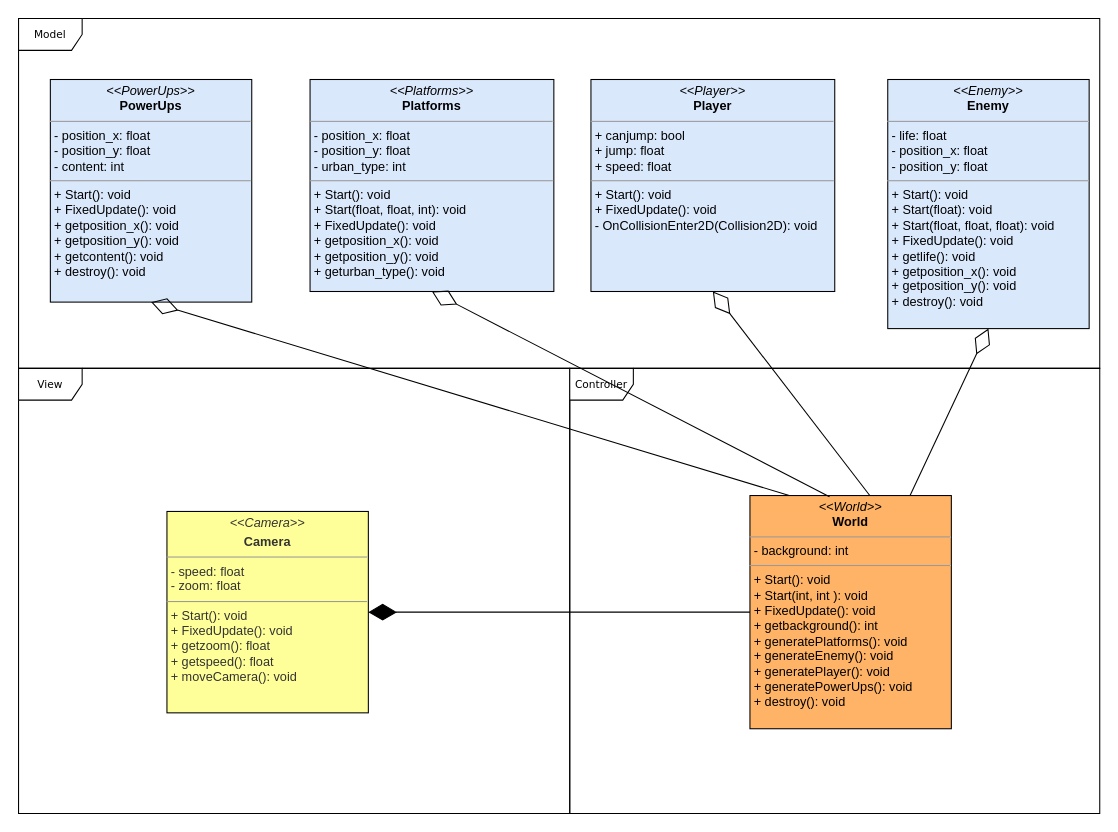
The draw.io diagram documentation/Class diagrams/class_diagram_MVC_rdy.drawio in GabrielBalzer/hypercasualgame, before the edit. Source tidied: cells renumbered, new cells numbered last; positions are measured from the earlier drawing's top-left corner, leaving out a move shared by most shapes. Both pictures are drawn from the tidied source at 106%, with x=0, y=0 at pixel (18, 18).
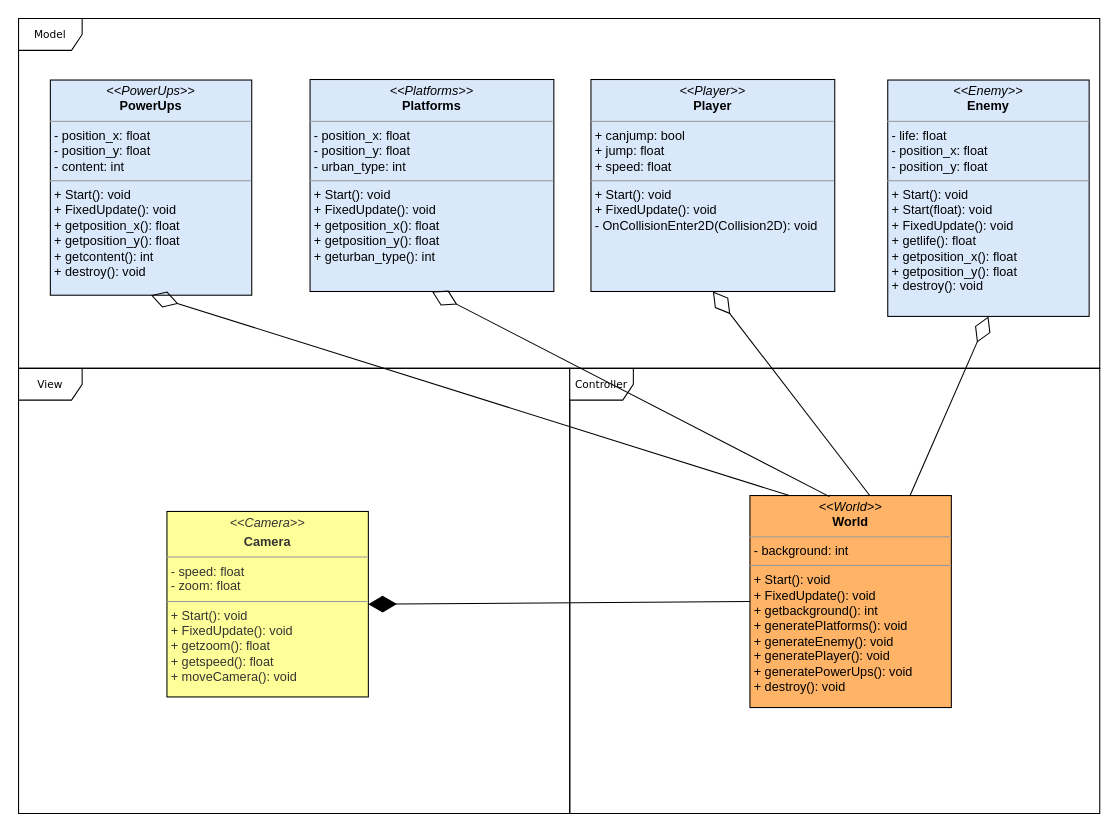
The same page after the edit.

Diff of the diagram source:
```diff
@@
 <mxGraphModel background="#ffffff">
   <root>
     <mxCell id="0" />
     <mxCell id="1" parent="0" />
     <mxCell id="2" value="Model" style="shape=umlFrame;whiteSpace=wrap;html=1;rounded=0;shadow=0;comic=0;labelBackgroundColor=none;strokeWidth=1;fontFamily=Verdana;fontSize=10;align=center;" parent="1" vertex="1">
       <mxGeometry width="1020" height="330" as="geometry" />
     </mxCell>
     <mxCell id="3" value="View" style="shape=umlFrame;whiteSpace=wrap;html=1;rounded=0;shadow=0;comic=0;labelBackgroundColor=none;strokeWidth=1;fontFamily=Verdana;fontSize=10;align=center;" parent="1" vertex="1">
       <mxGeometry y="330" width="520" height="420" as="geometry" />
     </mxCell>
     <mxCell id="4" value="Controller" style="shape=umlFrame;whiteSpace=wrap;html=1;rounded=0;shadow=0;comic=0;labelBackgroundColor=none;strokeWidth=1;fontFamily=Verdana;fontSize=10;align=center;" parent="1" vertex="1">
       <mxGeometry x="520" y="330" width="500" height="420" as="geometry" />
     </mxCell>
     <mxCell id="5" value="&lt;p style=&quot;margin: 0px ; margin-top: 4px ; text-align: center&quot;&gt;&lt;i&gt;&amp;lt;&amp;lt;Player&amp;gt;&amp;gt;&lt;/i&gt;&lt;br&gt;&lt;b&gt;Player&lt;/b&gt;&lt;/p&gt;&lt;hr size=&quot;1&quot;&gt;&lt;p style=&quot;margin: 0px ; margin-left: 4px&quot;&gt;+ canjump: bool&lt;br&gt;+ jump: float&lt;/p&gt;&lt;p style=&quot;margin: 0px ; margin-left: 4px&quot;&gt;+ speed: float&lt;br&gt;&lt;/p&gt;&lt;hr size=&quot;1&quot;&gt;&lt;p style=&quot;margin: 0px ; margin-left: 4px&quot;&gt;+ Start(): void&lt;br&gt;+ FixedUpdate(): void&lt;/p&gt;&lt;p style=&quot;margin: 0px ; margin-left: 4px&quot;&gt;- OnCollisionEnter2D(Collision2D): void&lt;br&gt;&lt;/p&gt;" style="verticalAlign=top;align=left;overflow=fill;fontSize=12;fontFamily=Helvetica;html=1;rounded=0;shadow=0;comic=0;labelBackgroundColor=none;strokeWidth=1;fillColor=#dae8fc;strokeColor=#000000;" parent="1" vertex="1">
       <mxGeometry x="540" y="57.5" width="230" height="200" as="geometry" />
     </mxCell>
-    <mxCell id="6" value="&lt;p style=&quot;margin: 0px ; margin-top: 4px ; text-align: center&quot;&gt;&lt;i&gt;&amp;lt;&amp;lt;World&amp;gt;&amp;gt;&lt;/i&gt;&lt;br&gt;&lt;b&gt;World&lt;/b&gt;&lt;/p&gt;&lt;hr size=&quot;1&quot;&gt;&lt;p style=&quot;margin: 0px ; margin-left: 4px&quot;&gt;- background: int&lt;br&gt;&lt;/p&gt;&lt;hr size=&quot;1&quot;&gt;&lt;p style=&quot;margin: 0px ; margin-left: 4px&quot;&gt;+ Start(): void&lt;/p&gt;&lt;p style=&quot;margin: 0px ; margin-left: 4px&quot;&gt;+ Start(int, int ): void&lt;/p&gt;&lt;p style=&quot;margin: 0px ; margin-left: 4px&quot;&gt;+ FixedUpdate(): void&lt;/p&gt;&lt;p style=&quot;margin: 0px ; margin-left: 4px&quot;&gt;+ getbackground(): int&lt;/p&gt;&lt;p style=&quot;margin: 0px ; margin-left: 4px&quot;&gt;+ generatePlatforms(): void&lt;/p&gt;&lt;p style=&quot;margin: 0px ; margin-left: 4px&quot;&gt;+ generateEnemy(): void&lt;/p&gt;&lt;p style=&quot;margin: 0px ; margin-left: 4px&quot;&gt;+ generatePlayer(): void&lt;/p&gt;&lt;p style=&quot;margin: 0px ; margin-left: 4px&quot;&gt;+ generatePowerUps(): void&lt;br&gt;&lt;/p&gt;&lt;p style=&quot;margin: 0px ; margin-left: 4px&quot;&gt;+ destroy(): void&lt;br&gt;&lt;/p&gt;" style="verticalAlign=top;align=left;overflow=fill;fontSize=12;fontFamily=Helvetica;html=1;rounded=0;shadow=0;comic=0;labelBackgroundColor=none;strokeWidth=1;fillColor=#FFB366;strokeColor=#000000;" parent="1" vertex="1">
-      <mxGeometry x="690" y="450" width="190" height="220" as="geometry" />
+    <mxCell id="6" value="&lt;p style=&quot;margin: 0px ; margin-top: 4px ; text-align: center&quot;&gt;&lt;i&gt;&amp;lt;&amp;lt;World&amp;gt;&amp;gt;&lt;/i&gt;&lt;br&gt;&lt;b&gt;World&lt;/b&gt;&lt;/p&gt;&lt;hr size=&quot;1&quot;&gt;&lt;p style=&quot;margin: 0px ; margin-left: 4px&quot;&gt;- background: int&lt;br&gt;&lt;/p&gt;&lt;hr size=&quot;1&quot;&gt;&lt;p style=&quot;margin: 0px ; margin-left: 4px&quot;&gt;+ Start(): void&lt;/p&gt;&lt;p style=&quot;margin: 0px ; margin-left: 4px&quot;&gt;+ FixedUpdate(): void&lt;/p&gt;&lt;p style=&quot;margin: 0px ; margin-left: 4px&quot;&gt;+ getbackground(): int&lt;/p&gt;&lt;p style=&quot;margin: 0px ; margin-left: 4px&quot;&gt;+ generatePlatforms(): void&lt;/p&gt;&lt;p style=&quot;margin: 0px ; margin-left: 4px&quot;&gt;+ generateEnemy(): void&lt;/p&gt;&lt;p style=&quot;margin: 0px ; margin-left: 4px&quot;&gt;+ generatePlayer(): void&lt;/p&gt;&lt;p style=&quot;margin: 0px ; margin-left: 4px&quot;&gt;+ generatePowerUps(): void&lt;br&gt;&lt;/p&gt;&lt;p style=&quot;margin: 0px ; margin-left: 4px&quot;&gt;+ destroy(): void&lt;br&gt;&lt;/p&gt;" style="verticalAlign=top;align=left;overflow=fill;fontSize=12;fontFamily=Helvetica;html=1;rounded=0;shadow=0;comic=0;labelBackgroundColor=none;strokeWidth=1;fillColor=#FFB366;strokeColor=#000000;" parent="1" vertex="1">
+      <mxGeometry x="690" y="450" width="190" height="200" as="geometry" />
     </mxCell>
     <mxCell id="7" value="&lt;p style=&quot;margin: 0px ; margin-top: 4px ; text-align: center&quot;&gt;&lt;i&gt;&amp;lt;&amp;lt;Camera&amp;gt;&amp;gt;&lt;/i&gt;&lt;/p&gt;&lt;p style=&quot;margin: 0px ; margin-top: 4px ; text-align: center&quot;&gt;&lt;b&gt;Camera&lt;/b&gt;&lt;br&gt;&lt;b&gt;&lt;/b&gt;&lt;/p&gt;&lt;hr size=&quot;1&quot;&gt;&lt;p style=&quot;margin: 0px ; margin-left: 4px&quot;&gt;- speed: float&lt;br&gt;- zoom: float&lt;/p&gt;&lt;hr size=&quot;1&quot;&gt;&lt;p style=&quot;margin: 0px ; margin-left: 4px&quot;&gt;+ Start(): void&lt;br&gt;+ FixedUpdate(): void&lt;/p&gt;&lt;p style=&quot;margin: 0px ; margin-left: 4px&quot;&gt;+ getzoom(): float&lt;br&gt;+ getspeed(): float&lt;/p&gt;&lt;p style=&quot;margin: 0px ; margin-left: 4px&quot;&gt;+ moveCamera(): void&lt;/p&gt;" style="verticalAlign=top;align=left;overflow=fill;fontSize=12;fontFamily=Helvetica;html=1;rounded=0;shadow=0;comic=0;labelBackgroundColor=none;strokeWidth=1;fillColor=#FFFF99;strokeColor=#000000;fontColor=#333333;" parent="1" vertex="1">
-      <mxGeometry x="140" y="465" width="190" height="190" as="geometry" />
+      <mxGeometry x="140" y="465" width="190" height="175" as="geometry" />
     </mxCell>
-    <mxCell id="8" value="&lt;p style=&quot;margin: 0px ; margin-top: 4px ; text-align: center&quot;&gt;&lt;i&gt;&amp;lt;&amp;lt;Enemy&amp;gt;&amp;gt;&lt;/i&gt;&lt;br&gt;&lt;b&gt;Enemy&lt;/b&gt;&lt;/p&gt;&lt;hr size=&quot;1&quot;&gt;&lt;p style=&quot;margin: 0px ; margin-left: 4px&quot;&gt;- life: float&lt;br&gt;- position_x: float&lt;/p&gt;&lt;p style=&quot;margin: 0px ; margin-left: 4px&quot;&gt;- position_y: float&lt;/p&gt;&lt;hr size=&quot;1&quot;&gt;&lt;p style=&quot;margin: 0px ; margin-left: 4px&quot;&gt;+ Start(): void&lt;/p&gt;&lt;p style=&quot;margin: 0px ; margin-left: 4px&quot;&gt;+ Start(float): void&lt;/p&gt;&lt;p style=&quot;margin: 0px ; margin-left: 4px&quot;&gt;+ Start(float, float, float): void&lt;/p&gt;&lt;p style=&quot;margin: 0px ; margin-left: 4px&quot;&gt;+ FixedUpdate(): void&lt;/p&gt;&lt;p style=&quot;margin: 0px ; margin-left: 4px&quot;&gt;+ getlife(): void&lt;br&gt;&lt;/p&gt;&lt;p style=&quot;margin: 0px ; margin-left: 4px&quot;&gt;+ getposition_x(): void&lt;/p&gt;&lt;p style=&quot;margin: 0px ; margin-left: 4px&quot;&gt;+ getposition_y(): void&lt;/p&gt;&lt;p style=&quot;margin: 0px ; margin-left: 4px&quot;&gt;+ destroy(): void&lt;br&gt;&lt;/p&gt;&lt;p style=&quot;margin: 0px ; margin-left: 4px&quot;&gt;&lt;br&gt;&lt;/p&gt;&lt;p style=&quot;margin: 0px ; margin-left: 4px&quot;&gt;&lt;br&gt;&lt;/p&gt;" style="verticalAlign=top;align=left;overflow=fill;fontSize=12;fontFamily=Helvetica;html=1;rounded=0;shadow=0;comic=0;labelBackgroundColor=none;strokeWidth=1;fillColor=#dae8fc;strokeColor=#000000;" parent="1" vertex="1">
-      <mxGeometry x="820" y="57.5" width="190" height="235" as="geometry" />
+    <mxCell id="8" value="&lt;p style=&quot;margin: 0px ; margin-top: 4px ; text-align: center&quot;&gt;&lt;i&gt;&amp;lt;&amp;lt;Enemy&amp;gt;&amp;gt;&lt;/i&gt;&lt;br&gt;&lt;b&gt;Enemy&lt;/b&gt;&lt;/p&gt;&lt;hr size=&quot;1&quot;&gt;&lt;p style=&quot;margin: 0px ; margin-left: 4px&quot;&gt;- life: float&lt;br&gt;- position_x: float&lt;/p&gt;&lt;p style=&quot;margin: 0px ; margin-left: 4px&quot;&gt;- position_y: float&lt;/p&gt;&lt;hr size=&quot;1&quot;&gt;&lt;p style=&quot;margin: 0px ; margin-left: 4px&quot;&gt;+ Start(): void&lt;/p&gt;&lt;p style=&quot;margin: 0px ; margin-left: 4px&quot;&gt;+ Start(float): void&lt;/p&gt;&lt;p style=&quot;margin: 0px ; margin-left: 4px&quot;&gt;+ FixedUpdate(): void&lt;/p&gt;&lt;p style=&quot;margin: 0px ; margin-left: 4px&quot;&gt;+ getlife(): float&lt;br&gt;&lt;/p&gt;&lt;p style=&quot;margin: 0px ; margin-left: 4px&quot;&gt;+ getposition_x(): float&lt;/p&gt;&lt;p style=&quot;margin: 0px ; margin-left: 4px&quot;&gt;+ getposition_y(): float&lt;/p&gt;&lt;p style=&quot;margin: 0px ; margin-left: 4px&quot;&gt;+ destroy(): void&lt;br&gt;&lt;/p&gt;&lt;p style=&quot;margin: 0px ; margin-left: 4px&quot;&gt;&lt;br&gt;&lt;/p&gt;&lt;p style=&quot;margin: 0px ; margin-left: 4px&quot;&gt;&lt;br&gt;&lt;/p&gt;" style="verticalAlign=top;align=left;overflow=fill;fontSize=12;fontFamily=Helvetica;html=1;rounded=0;shadow=0;comic=0;labelBackgroundColor=none;strokeWidth=1;fillColor=#dae8fc;strokeColor=#000000;" parent="1" vertex="1">
+      <mxGeometry x="820" y="58" width="190" height="223" as="geometry" />
     </mxCell>
-    <mxCell id="9" value="&lt;p style=&quot;margin: 0px ; margin-top: 4px ; text-align: center&quot;&gt;&lt;i&gt;&amp;lt;&amp;lt;PowerUps&amp;gt;&amp;gt;&lt;/i&gt;&lt;br&gt;&lt;b&gt;PowerUps&lt;/b&gt;&lt;/p&gt;&lt;hr size=&quot;1&quot;&gt;&lt;p style=&quot;margin: 0px ; margin-left: 4px&quot;&gt;- position_x: float&lt;/p&gt;&lt;p style=&quot;margin: 0px ; margin-left: 4px&quot;&gt;- position_y: float&lt;/p&gt;&lt;p style=&quot;margin: 0px ; margin-left: 4px&quot;&gt;- content: int&lt;/p&gt;&lt;hr size=&quot;1&quot;&gt;&lt;p style=&quot;margin: 0px ; margin-left: 4px&quot;&gt;+ Start(): void&lt;br&gt;+ FixedUpdate(): void&lt;/p&gt;&lt;p style=&quot;margin: 0px ; margin-left: 4px&quot;&gt;+ getposition_x(): void&lt;/p&gt;&lt;p style=&quot;margin: 0px ; margin-left: 4px&quot;&gt;+ getposition_y(): void&lt;/p&gt;&lt;p style=&quot;margin: 0px ; margin-left: 4px&quot;&gt;+ getcontent(): void&lt;/p&gt;&lt;p style=&quot;margin: 0px ; margin-left: 4px&quot;&gt;+ destroy(): void&lt;br&gt;&lt;/p&gt;" style="verticalAlign=top;align=left;overflow=fill;fontSize=12;fontFamily=Helvetica;html=1;rounded=0;shadow=0;comic=0;labelBackgroundColor=none;strokeWidth=1;fillColor=#dae8fc;strokeColor=#000000;" parent="1" vertex="1">
-      <mxGeometry x="30" y="57.5" width="190" height="210" as="geometry" />
+    <mxCell id="9" value="&lt;p style=&quot;margin: 0px ; margin-top: 4px ; text-align: center&quot;&gt;&lt;i&gt;&amp;lt;&amp;lt;PowerUps&amp;gt;&amp;gt;&lt;/i&gt;&lt;br&gt;&lt;b&gt;PowerUps&lt;/b&gt;&lt;/p&gt;&lt;hr size=&quot;1&quot;&gt;&lt;p style=&quot;margin: 0px ; margin-left: 4px&quot;&gt;- position_x: float&lt;/p&gt;&lt;p style=&quot;margin: 0px ; margin-left: 4px&quot;&gt;- position_y: float&lt;/p&gt;&lt;p style=&quot;margin: 0px ; margin-left: 4px&quot;&gt;- content: int&lt;/p&gt;&lt;hr size=&quot;1&quot;&gt;&lt;p style=&quot;margin: 0px ; margin-left: 4px&quot;&gt;+ Start(): void&lt;br&gt;+ FixedUpdate(): void&lt;/p&gt;&lt;p style=&quot;margin: 0px ; margin-left: 4px&quot;&gt;+ getposition_x(): float&lt;/p&gt;&lt;p style=&quot;margin: 0px ; margin-left: 4px&quot;&gt;+ getposition_y(): float&lt;/p&gt;&lt;p style=&quot;margin: 0px ; margin-left: 4px&quot;&gt;+ getcontent(): int&lt;/p&gt;&lt;p style=&quot;margin: 0px ; margin-left: 4px&quot;&gt;+ destroy(): void&lt;br&gt;&lt;/p&gt;" style="verticalAlign=top;align=left;overflow=fill;fontSize=12;fontFamily=Helvetica;html=1;rounded=0;shadow=0;comic=0;labelBackgroundColor=none;strokeWidth=1;fillColor=#dae8fc;strokeColor=#000000;" parent="1" vertex="1">
+      <mxGeometry x="30" y="58" width="190" height="203" as="geometry" />
     </mxCell>
-    <mxCell id="10" value="&lt;p style=&quot;margin: 0px ; margin-top: 4px ; text-align: center&quot;&gt;&lt;i&gt;&amp;lt;&amp;lt;Platforms&amp;gt;&amp;gt;&lt;/i&gt;&lt;br&gt;&lt;b&gt;Platforms&lt;/b&gt;&lt;/p&gt;&lt;hr size=&quot;1&quot;&gt;&lt;p style=&quot;margin: 0px ; margin-left: 4px&quot;&gt;- position_x: float&lt;br&gt;- position_y: float&lt;/p&gt;&lt;p style=&quot;margin: 0px ; margin-left: 4px&quot;&gt;- urban_type: int&lt;br&gt;&lt;/p&gt;&lt;hr size=&quot;1&quot;&gt;&lt;p style=&quot;margin: 0px ; margin-left: 4px&quot;&gt;+ Start(): void&lt;/p&gt;&lt;p style=&quot;margin: 0px ; margin-left: 4px&quot;&gt;+ Start(float, float, int): void&lt;/p&gt;&lt;p style=&quot;margin: 0px ; margin-left: 4px&quot;&gt;+ FixedUpdate(): void&lt;/p&gt;&lt;p style=&quot;margin: 0px ; margin-left: 4px&quot;&gt;+ getposition_x(): void&lt;/p&gt;&lt;p style=&quot;margin: 0px ; margin-left: 4px&quot;&gt;+ getposition_y(): void&lt;/p&gt;&lt;p style=&quot;margin: 0px ; margin-left: 4px&quot;&gt;+ geturban_type(): void&lt;br&gt;&lt;/p&gt;" style="verticalAlign=top;align=left;overflow=fill;fontSize=12;fontFamily=Helvetica;html=1;rounded=0;shadow=0;comic=0;labelBackgroundColor=none;strokeWidth=1;fillColor=#dae8fc;strokeColor=#000000;" parent="1" vertex="1">
+    <mxCell id="10" value="&lt;p style=&quot;margin: 0px ; margin-top: 4px ; text-align: center&quot;&gt;&lt;i&gt;&amp;lt;&amp;lt;Platforms&amp;gt;&amp;gt;&lt;/i&gt;&lt;br&gt;&lt;b&gt;Platforms&lt;/b&gt;&lt;/p&gt;&lt;hr size=&quot;1&quot;&gt;&lt;p style=&quot;margin: 0px ; margin-left: 4px&quot;&gt;- position_x: float&lt;br&gt;- position_y: float&lt;/p&gt;&lt;p style=&quot;margin: 0px ; margin-left: 4px&quot;&gt;- urban_type: int&lt;br&gt;&lt;/p&gt;&lt;hr size=&quot;1&quot;&gt;&lt;p style=&quot;margin: 0px ; margin-left: 4px&quot;&gt;+ Start(): void&lt;/p&gt;&lt;p style=&quot;margin: 0px ; margin-left: 4px&quot;&gt;+ FixedUpdate(): void&lt;/p&gt;&lt;p style=&quot;margin: 0px ; margin-left: 4px&quot;&gt;+ getposition_x(): float&lt;/p&gt;&lt;p style=&quot;margin: 0px ; margin-left: 4px&quot;&gt;+ getposition_y(): float&lt;/p&gt;&lt;p style=&quot;margin: 0px ; margin-left: 4px&quot;&gt;+ geturban_type(): int&lt;br&gt;&lt;/p&gt;" style="verticalAlign=top;align=left;overflow=fill;fontSize=12;fontFamily=Helvetica;html=1;rounded=0;shadow=0;comic=0;labelBackgroundColor=none;strokeWidth=1;fillColor=#dae8fc;strokeColor=#000000;" parent="1" vertex="1">
       <mxGeometry x="275" y="57.5" width="230" height="200" as="geometry" />
     </mxCell>
     <mxCell id="11" style="endArrow=diamondThin;endFill=0;endSize=24;html=1;exitX=0.195;exitY=0;exitDx=0;exitDy=0;exitPerimeter=0;entryX=0.5;entryY=1;entryDx=0;entryDy=0;" parent="1" edge="1" source="6" target="9">
       <mxGeometry relative="1" as="geometry" />
     </mxCell>
     <mxCell id="12" style="endArrow=diamondThin;endFill=0;endSize=24;html=1;exitX=0.395;exitY=0.005;exitDx=0;exitDy=0;exitPerimeter=0;entryX=0.5;entryY=1;entryDx=0;entryDy=0;" parent="1" edge="1" source="6" target="10">
       <mxGeometry relative="1" as="geometry" />
     </mxCell>
     <mxCell id="13" style="endArrow=diamondThin;endFill=0;endSize=24;html=1;exitX=0.595;exitY=0;exitDx=0;exitDy=0;exitPerimeter=0;entryX=0.5;entryY=1;entryDx=0;entryDy=0;" parent="1" edge="1" source="6" target="5">
       <mxGeometry relative="1" as="geometry" />
     </mxCell>
     <mxCell id="14" style="endArrow=diamondThin;endFill=0;endSize=24;html=1;exitX=0.795;exitY=0;exitDx=0;exitDy=0;exitPerimeter=0;entryX=0.5;entryY=1;entryDx=0;entryDy=0;" parent="1" edge="1" source="6" target="8">
       <mxGeometry relative="1" as="geometry" />
     </mxCell>
     <mxCell id="15" style="endArrow=diamondThin;endFill=1;endSize=24;html=1;entryX=1;entryY=0.5;entryDx=0;entryDy=0;exitX=0;exitY=0.5;exitDx=0;exitDy=0;" parent="1" edge="1" source="6" target="7">
       <mxGeometry relative="1" as="geometry" />
     </mxCell>
   </root>
 </mxGraphModel>
```
